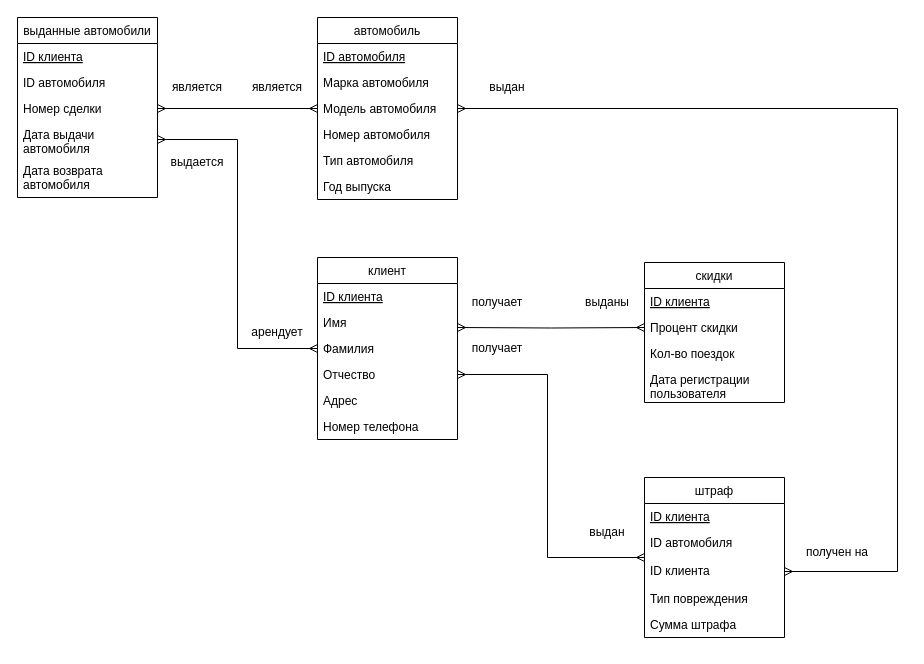
This is Labs/Lab02/ЛР02.drawio from Nariett/Databases-and-database-management-system, a draw.io file, before an edit. Source tidied: cells renumbered, new cells numbered last; positions are measured from the earlier drawing's top-left corner, leaving out a move shared by most shapes. Both pictures are drawn from the tidied source at 100%, with x=0, y=0 at pixel (17, 17).
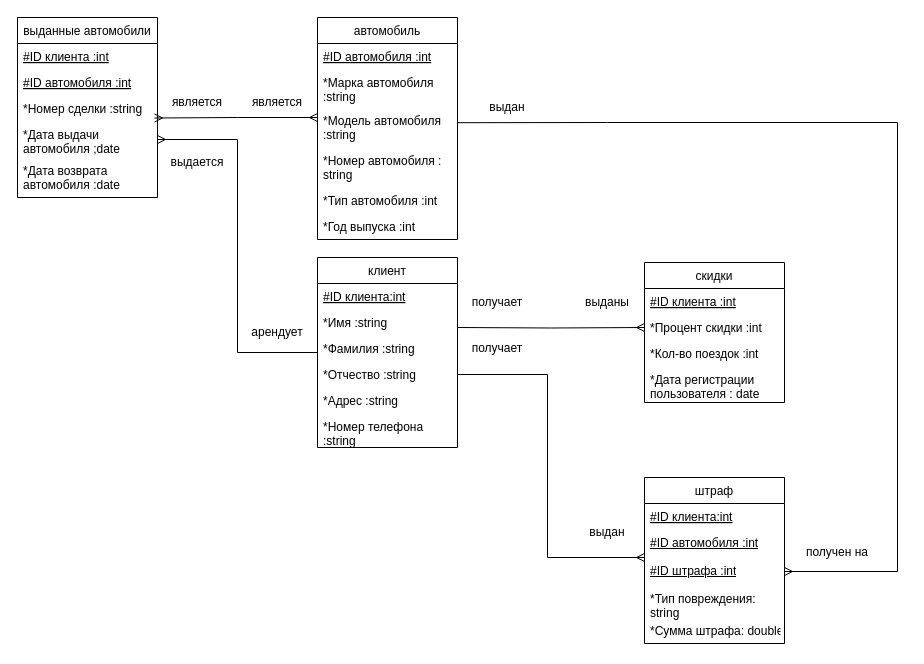
The same diagram, later.

The change refers to these unchanged cells:
```xml
<mxCell id="16" value="скидки" style="swimlane;fontStyle=0;horizontal=1;startSize=26;fillColor=none;" parent="1" vertex="1">
  <mxGeometry x="627" y="245" width="140" height="140" as="geometry" />
</mxCell>
<mxCell id="28" value="выданные автомобили" style="swimlane;fontStyle=0;horizontal=1;startSize=26;fillColor=none;" parent="1" vertex="1">
  <mxGeometry width="140" height="180" as="geometry" />
</mxCell>
```

The edit, as a diff of the source:
```diff
@@
     <mxCell id="2" value="автомобиль" style="swimlane;fontStyle=0;horizontal=1;startSize=26;fillColor=none;" parent="1" vertex="1">
-      <mxGeometry x="300" width="140" height="182" as="geometry" />
+      <mxGeometry x="300" width="140" height="222" as="geometry" />
     </mxCell>
-    <mxCell id="3" value="ID автомобиля " style="text;strokeColor=none;fillColor=none;align=left;verticalAlign=top;spacingLeft=4;spacingRight=4;overflow=hidden;fontStyle=4;" parent="2" vertex="1">
+    <mxCell id="3" value="#ID автомобиля :int " style="text;strokeColor=none;fillColor=none;align=left;verticalAlign=top;spacingLeft=4;spacingRight=4;overflow=hidden;fontStyle=4;" parent="2" vertex="1">
       <mxGeometry y="26" width="140" height="26" as="geometry" />
     </mxCell>
-    <mxCell id="4" value="Марка автомобиля" style="text;strokeColor=none;fillColor=none;align=left;verticalAlign=top;spacingLeft=4;spacingRight=4;overflow=hidden;" parent="2" vertex="1">
-      <mxGeometry y="52" width="140" height="26" as="geometry" />
+    <mxCell id="4" value="*Марка автомобиля :string" style="text;strokeColor=none;fillColor=none;align=left;verticalAlign=top;spacingLeft=4;spacingRight=4;overflow=hidden;whiteSpace=wrap;" parent="2" vertex="1">
+      <mxGeometry y="52" width="140" height="38" as="geometry" />
     </mxCell>
-    <mxCell id="5" value="Модель автомобиля " style="text;strokeColor=none;fillColor=none;align=left;verticalAlign=top;spacingLeft=4;spacingRight=4;overflow=hidden;points=[[0,0.5],[1,0.5]];portConstraint=eastwest;" parent="2" vertex="1">
-      <mxGeometry y="78" width="140" height="26" as="geometry" />
+    <mxCell id="5" value="*Модель автомобиля :string " style="text;strokeColor=none;fillColor=none;align=left;verticalAlign=top;spacingLeft=4;spacingRight=4;overflow=hidden;points=[[0,0.5],[1,0.5]];portConstraint=eastwest;whiteSpace=wrap;" parent="2" vertex="1">
+      <mxGeometry y="90" width="140" height="40" as="geometry" />
     </mxCell>
-    <mxCell id="6" value="Номер автомобиля" style="text;strokeColor=none;fillColor=none;align=left;verticalAlign=top;spacingLeft=4;spacingRight=4;overflow=hidden;" parent="2" vertex="1">
-      <mxGeometry y="104" width="140" height="26" as="geometry" />
+    <mxCell id="6" value="*Номер автомобиля : string " style="text;strokeColor=none;fillColor=none;align=left;verticalAlign=top;spacingLeft=4;spacingRight=4;overflow=hidden;whiteSpace=wrap;" parent="2" vertex="1">
+      <mxGeometry y="130" width="140" height="40" as="geometry" />
     </mxCell>
-    <mxCell id="7" value="Тип автомобиля" style="text;strokeColor=none;fillColor=none;align=left;verticalAlign=top;spacingLeft=4;spacingRight=4;overflow=hidden;" parent="2" vertex="1">
-      <mxGeometry y="130" width="140" height="26" as="geometry" />
+    <mxCell id="7" value="*Тип автомобиля :int" style="text;strokeColor=none;fillColor=none;align=left;verticalAlign=top;spacingLeft=4;spacingRight=4;overflow=hidden;" parent="2" vertex="1">
+      <mxGeometry y="170" width="140" height="26" as="geometry" />
     </mxCell>
-    <mxCell id="8" value="Год выпуска" style="text;strokeColor=none;fillColor=none;align=left;verticalAlign=top;spacingLeft=4;spacingRight=4;overflow=hidden;" parent="2" vertex="1">
-      <mxGeometry y="156" width="140" height="26" as="geometry" />
+    <mxCell id="8" value="*Год выпуска :int" style="text;strokeColor=none;fillColor=none;align=left;verticalAlign=top;spacingLeft=4;spacingRight=4;overflow=hidden;" parent="2" vertex="1">
+      <mxGeometry y="196" width="140" height="26" as="geometry" />
     </mxCell>
     <mxCell id="9" value="клиент" style="swimlane;fontStyle=0;horizontal=1;startSize=26;fillColor=none;" parent="1" vertex="1">
-      <mxGeometry x="300" y="240" width="140" height="182" as="geometry" />
+      <mxGeometry x="300" y="240" width="140" height="190" as="geometry" />
     </mxCell>
-    <mxCell id="10" value="ID клиента " style="text;strokeColor=none;fillColor=none;align=left;verticalAlign=top;spacingLeft=4;spacingRight=4;overflow=hidden;fontStyle=4;" parent="9" vertex="1">
+    <mxCell id="10" value="#ID клиента:int" style="text;strokeColor=none;fillColor=none;align=left;verticalAlign=top;spacingLeft=4;spacingRight=4;overflow=hidden;fontStyle=4;" parent="9" vertex="1">
       <mxGeometry y="26" width="140" height="26" as="geometry" />
     </mxCell>
-    <mxCell id="11" value="Имя" style="text;strokeColor=none;fillColor=none;align=left;verticalAlign=top;spacingLeft=4;spacingRight=4;overflow=hidden;" parent="9" vertex="1">
+    <mxCell id="11" value="*Имя :string" style="text;strokeColor=none;fillColor=none;align=left;verticalAlign=top;spacingLeft=4;spacingRight=4;overflow=hidden;" parent="9" vertex="1">
       <mxGeometry y="52" width="140" height="26" as="geometry" />
     </mxCell>
-    <mxCell id="12" value="Фамилия" style="text;strokeColor=none;fillColor=none;align=left;verticalAlign=top;spacingLeft=4;spacingRight=4;overflow=hidden;" parent="9" vertex="1">
+    <mxCell id="12" value="*Фамилия :string" style="text;strokeColor=none;fillColor=none;align=left;verticalAlign=top;spacingLeft=4;spacingRight=4;overflow=hidden;" parent="9" vertex="1">
       <mxGeometry y="78" width="140" height="26" as="geometry" />
     </mxCell>
-    <mxCell id="13" value="Отчество" style="text;strokeColor=none;fillColor=none;align=left;verticalAlign=top;spacingLeft=4;spacingRight=4;overflow=hidden;points=[[0,0.5],[1,0.5]];portConstraint=eastwest;" parent="9" vertex="1">
+    <mxCell id="13" value="*Отчество :string" style="text;strokeColor=none;fillColor=none;align=left;verticalAlign=top;spacingLeft=4;spacingRight=4;overflow=hidden;points=[[0,0.5],[1,0.5]];portConstraint=eastwest;" parent="9" vertex="1">
       <mxGeometry y="104" width="140" height="26" as="geometry" />
     </mxCell>
-    <mxCell id="14" value="Адрес" style="text;strokeColor=none;fillColor=none;align=left;verticalAlign=top;spacingLeft=4;spacingRight=4;overflow=hidden;" parent="9" vertex="1">
+    <mxCell id="14" value="*Адрес :string" style="text;strokeColor=none;fillColor=none;align=left;verticalAlign=top;spacingLeft=4;spacingRight=4;overflow=hidden;" parent="9" vertex="1">
       <mxGeometry y="130" width="140" height="26" as="geometry" />
     </mxCell>
-    <mxCell id="15" value="Номер телефона" style="text;strokeColor=none;fillColor=none;align=left;verticalAlign=top;spacingLeft=4;spacingRight=4;overflow=hidden;" parent="9" vertex="1">
-      <mxGeometry y="156" width="140" height="26" as="geometry" />
+    <mxCell id="15" value="*Номер телефона :string" style="text;strokeColor=none;fillColor=none;align=left;verticalAlign=top;spacingLeft=4;spacingRight=4;overflow=hidden;whiteSpace=wrap;" parent="9" vertex="1">
+      <mxGeometry y="156" width="140" height="34" as="geometry" />
     </mxCell>
@@
-    <mxCell id="17" value="ID клиента " style="text;strokeColor=none;fillColor=none;align=left;verticalAlign=top;spacingLeft=4;spacingRight=4;overflow=hidden;fontStyle=4;" parent="16" vertex="1">
+    <mxCell id="17" value="#ID клиента :int " style="text;strokeColor=none;fillColor=none;align=left;verticalAlign=top;spacingLeft=4;spacingRight=4;overflow=hidden;fontStyle=4;" parent="16" vertex="1">
       <mxGeometry y="26" width="140" height="26" as="geometry" />
     </mxCell>
-    <mxCell id="18" value="Процент скидки" style="text;strokeColor=none;fillColor=none;align=left;verticalAlign=top;spacingLeft=4;spacingRight=4;overflow=hidden;points=[[0,0.5],[1,0.5]];portConstraint=eastwest;" parent="16" vertex="1">
+    <mxCell id="18" value="*Процент скидки :int" style="text;strokeColor=none;fillColor=none;align=left;verticalAlign=top;spacingLeft=4;spacingRight=4;overflow=hidden;points=[[0,0.5],[1,0.5]];portConstraint=eastwest;" parent="16" vertex="1">
       <mxGeometry y="52" width="140" height="26" as="geometry" />
     </mxCell>
-    <mxCell id="19" value="Кол-во поездок" style="text;strokeColor=none;fillColor=none;align=left;verticalAlign=top;spacingLeft=4;spacingRight=4;overflow=hidden;" parent="16" vertex="1">
+    <mxCell id="19" value="*Кол-во поездок :int" style="text;strokeColor=none;fillColor=none;align=left;verticalAlign=top;spacingLeft=4;spacingRight=4;overflow=hidden;" parent="16" vertex="1">
       <mxGeometry y="78" width="140" height="26" as="geometry" />
     </mxCell>
-    <mxCell id="20" value="Дата регистрации пользователя" style="text;strokeColor=none;fillColor=none;align=left;verticalAlign=top;spacingLeft=4;spacingRight=4;overflow=hidden;whiteSpace=wrap;" parent="16" vertex="1">
+    <mxCell id="20" value="*Дата регистрации пользователя : date" style="text;strokeColor=none;fillColor=none;align=left;verticalAlign=top;spacingLeft=4;spacingRight=4;overflow=hidden;whiteSpace=wrap;" parent="16" vertex="1">
       <mxGeometry y="104" width="140" height="36" as="geometry" />
     </mxCell>
-    <mxCell id="21" style="edgeStyle=orthogonalEdgeStyle;rounded=0;jettySize=auto;html=1;entryX=1;entryY=0.5;entryDx=0;entryDy=0;startArrow=ERmany;startFill=0;endArrow=ERmany;endFill=0;" parent="1" edge="1" source="22" target="13">
+    <mxCell id="21" style="edgeStyle=orthogonalEdgeStyle;rounded=0;jettySize=auto;html=1;entryX=1;entryY=0.5;entryDx=0;entryDy=0;startArrow=ERmany;startFill=0;endArrow=none;endFill=0;" parent="1" edge="1" source="22" target="13">
       <mxGeometry relative="1" as="geometry">
         <Array as="points">
           <mxPoint x="530" y="540" />
           <mxPoint x="530" y="357" />
         </Array>
       </mxGeometry>
     </mxCell>
     <mxCell id="22" value="штраф" style="swimlane;fontStyle=0;horizontal=1;startSize=26;fillColor=none;" parent="1" vertex="1">
-      <mxGeometry x="627" y="460" width="140" height="160" as="geometry" />
+      <mxGeometry x="627" y="460" width="140" height="166" as="geometry" />
     </mxCell>
-    <mxCell id="23" value="ID клиента " style="text;strokeColor=none;fillColor=none;align=left;verticalAlign=top;spacingLeft=4;spacingRight=4;overflow=hidden;fontStyle=4;" parent="22" vertex="1">
+    <mxCell id="23" value="#ID клиента:int" style="text;strokeColor=none;fillColor=none;align=left;verticalAlign=top;spacingLeft=4;spacingRight=4;overflow=hidden;fontStyle=4;" parent="22" vertex="1">
       <mxGeometry y="26" width="140" height="26" as="geometry" />
     </mxCell>
-    <mxCell id="24" value="ID автомобиля" style="text;strokeColor=none;fillColor=none;align=left;verticalAlign=top;spacingLeft=4;spacingRight=4;overflow=hidden;whiteSpace=wrap;" parent="22" vertex="1">
+    <mxCell id="24" value="#ID автомобиля :int" style="text;strokeColor=none;fillColor=none;align=left;verticalAlign=top;spacingLeft=4;spacingRight=4;overflow=hidden;whiteSpace=wrap;fontStyle=4;" parent="22" vertex="1">
       <mxGeometry y="52" width="140" height="28" as="geometry" />
     </mxCell>
-    <mxCell id="25" value="ID клиента" style="text;strokeColor=none;fillColor=none;align=left;verticalAlign=top;spacingLeft=4;spacingRight=4;overflow=hidden;points=[[0,0.5],[1,0.5]];portConstraint=eastwest;whiteSpace=wrap;" parent="22" vertex="1">
+    <mxCell id="25" value="#ID штрафа :int" style="text;strokeColor=none;fillColor=none;align=left;verticalAlign=top;spacingLeft=4;spacingRight=4;overflow=hidden;points=[[0,0.5],[1,0.5]];portConstraint=eastwest;whiteSpace=wrap;fontStyle=4;" parent="22" vertex="1">
       <mxGeometry y="80" width="140" height="28" as="geometry" />
     </mxCell>
-    <mxCell id="26" value="Тип повреждения" style="text;strokeColor=none;fillColor=none;align=left;verticalAlign=top;spacingLeft=4;spacingRight=4;overflow=hidden;" parent="22" vertex="1">
-      <mxGeometry y="108" width="140" height="26" as="geometry" />
+    <mxCell id="26" value="*Тип повреждения: string" style="text;strokeColor=none;fillColor=none;align=left;verticalAlign=top;spacingLeft=4;spacingRight=4;overflow=hidden;whiteSpace=wrap;" parent="22" vertex="1">
+      <mxGeometry y="108" width="140" height="32" as="geometry" />
     </mxCell>
-    <mxCell id="27" value="Сумма штрафа" style="text;strokeColor=none;fillColor=none;align=left;verticalAlign=top;spacingLeft=4;spacingRight=4;overflow=hidden;" parent="22" vertex="1">
-      <mxGeometry y="134" width="140" height="26" as="geometry" />
+    <mxCell id="27" value="*Сумма штрафа: double" style="text;strokeColor=none;fillColor=none;align=left;verticalAlign=top;spacingLeft=4;spacingRight=4;overflow=hidden;" parent="22" vertex="1">
+      <mxGeometry y="140" width="140" height="26" as="geometry" />
     </mxCell>
@@
-    <mxCell id="29" value="ID клиента " style="text;strokeColor=none;fillColor=none;align=left;verticalAlign=top;spacingLeft=4;spacingRight=4;overflow=hidden;fontStyle=4;" parent="28" vertex="1">
+    <mxCell id="29" value="#ID клиента :int " style="text;strokeColor=none;fillColor=none;align=left;verticalAlign=top;spacingLeft=4;spacingRight=4;overflow=hidden;fontStyle=4;" parent="28" vertex="1">
       <mxGeometry y="26" width="140" height="26" as="geometry" />
     </mxCell>
-    <mxCell id="30" value="ID автомобиля" style="text;strokeColor=none;fillColor=none;align=left;verticalAlign=top;spacingLeft=4;spacingRight=4;overflow=hidden;" parent="28" vertex="1">
+    <mxCell id="30" value="#ID автомобиля :int" style="text;strokeColor=none;fillColor=none;align=left;verticalAlign=top;spacingLeft=4;spacingRight=4;overflow=hidden;fontStyle=4;" parent="28" vertex="1">
       <mxGeometry y="52" width="140" height="26" as="geometry" />
     </mxCell>
-    <mxCell id="31" value="Номер сделки" style="text;strokeColor=none;fillColor=none;align=left;verticalAlign=top;spacingLeft=4;spacingRight=4;overflow=hidden;points=[[0,0.5],[1,0.5]];portConstraint=eastwest;" parent="28" vertex="1">
+    <mxCell id="31" value="*Номер сделки :string" style="text;strokeColor=none;fillColor=none;align=left;verticalAlign=top;spacingLeft=4;spacingRight=4;overflow=hidden;points=[[0,0.5],[1,0.5]];portConstraint=eastwest;" parent="28" vertex="1">
       <mxGeometry y="78" width="140" height="26" as="geometry" />
     </mxCell>
-    <mxCell id="32" value="Дата выдачи автомобиля " style="text;strokeColor=none;fillColor=none;align=left;verticalAlign=top;spacingLeft=4;spacingRight=4;overflow=hidden;points=[[0,0.5],[1,0.5]];portConstraint=eastwest;whiteSpace=wrap;" parent="28" vertex="1">
+    <mxCell id="32" value="*Дата выдачи автомобиля ;date " style="text;strokeColor=none;fillColor=none;align=left;verticalAlign=top;spacingLeft=4;spacingRight=4;overflow=hidden;points=[[0,0.5],[1,0.5]];portConstraint=eastwest;whiteSpace=wrap;" parent="28" vertex="1">
       <mxGeometry y="104" width="140" height="36" as="geometry" />
     </mxCell>
-    <mxCell id="33" value="Дата возврата автомобиля " style="text;strokeColor=none;fillColor=none;align=left;verticalAlign=top;spacingLeft=4;spacingRight=4;overflow=hidden;whiteSpace=wrap;" parent="28" vertex="1">
+    <mxCell id="33" value="*Дата возврата автомобиля :date " style="text;strokeColor=none;fillColor=none;align=left;verticalAlign=top;spacingLeft=4;spacingRight=4;overflow=hidden;whiteSpace=wrap;" parent="28" vertex="1">
       <mxGeometry y="140" width="140" height="40" as="geometry" />
     </mxCell>
-    <mxCell id="34" style="edgeStyle=orthogonalEdgeStyle;rounded=0;jettySize=auto;html=1;entryX=1;entryY=0.5;entryDx=0;entryDy=0;startArrow=ERmany;startFill=0;endArrow=ERmany;endFill=0;" parent="1" edge="1" source="5" target="31">
-      <mxGeometry relative="1" as="geometry" />
+    <mxCell id="34" style="edgeStyle=orthogonalEdgeStyle;rounded=0;jettySize=auto;html=1;entryX=0.979;entryY=-0.097;entryDx=0;entryDy=0;startArrow=ERmany;startFill=0;endArrow=ERmany;endFill=0;entryPerimeter=0;" parent="1" edge="1" target="32">
+      <mxGeometry relative="1" as="geometry">
+        <mxPoint x="300" y="100" as="sourcePoint" />
+        <Array as="points">
+          <mxPoint x="220" y="100" />
+        </Array>
+      </mxGeometry>
     </mxCell>
-    <mxCell id="35" style="edgeStyle=orthogonalEdgeStyle;rounded=0;jettySize=auto;html=1;entryX=0;entryY=0.5;entryDx=0;entryDy=0;startArrow=ERmany;startFill=0;endArrow=ERmany;endFill=0;" parent="1" edge="1" source="32" target="9">
+    <mxCell id="35" style="edgeStyle=orthogonalEdgeStyle;rounded=0;jettySize=auto;html=1;entryX=0;entryY=0.5;entryDx=0;entryDy=0;startArrow=ERmany;startFill=0;endArrow=none;endFill=0;" parent="1" edge="1" source="32" target="9">
       <mxGeometry relative="1" as="geometry" />
     </mxCell>
@@
     <mxCell id="38" value="является" style="text;html=1;strokeColor=none;fillColor=none;align=center;verticalAlign=middle;whiteSpace=wrap;rounded=0;" parent="1" vertex="1">
-      <mxGeometry x="230" y="55" width="60" height="30" as="geometry" />
+      <mxGeometry x="230" y="70" width="60" height="30" as="geometry" />
     </mxCell>
     <mxCell id="39" value="является" style="text;html=1;strokeColor=none;fillColor=none;align=center;verticalAlign=middle;whiteSpace=wrap;rounded=0;" parent="1" vertex="1">
-      <mxGeometry x="150" y="55" width="60" height="30" as="geometry" />
+      <mxGeometry x="150" y="70" width="60" height="30" as="geometry" />
     </mxCell>
-    <mxCell id="40" style="edgeStyle=orthogonalEdgeStyle;rounded=0;jettySize=auto;html=1;entryX=0;entryY=0.5;entryDx=0;entryDy=0;startArrow=ERmany;startFill=0;endArrow=ERmany;endFill=0;" parent="1" edge="1" target="18">
+    <mxCell id="40" style="edgeStyle=orthogonalEdgeStyle;rounded=0;jettySize=auto;html=1;entryX=0;entryY=0.5;entryDx=0;entryDy=0;startArrow=none;startFill=0;endArrow=ERmany;endFill=0;" parent="1" edge="1" target="18">
       <mxGeometry relative="1" as="geometry">
         <mxPoint x="440" y="310" as="sourcePoint" />
       </mxGeometry>
     </mxCell>
@@
-    <mxCell id="45" style="edgeStyle=orthogonalEdgeStyle;rounded=0;jettySize=auto;html=1;exitX=1;exitY=0.5;exitDx=0;exitDy=0;entryX=1;entryY=0.5;entryDx=0;entryDy=0;startArrow=ERmany;startFill=0;endArrow=ERmany;endFill=0;" parent="1" edge="1" source="25" target="5">
+    <mxCell id="45" style="edgeStyle=orthogonalEdgeStyle;rounded=0;jettySize=auto;html=1;exitX=1;exitY=0.5;exitDx=0;exitDy=0;startArrow=ERmany;startFill=0;endArrow=none;endFill=0;entryX=1.002;entryY=0.38;entryDx=0;entryDy=0;entryPerimeter=0;" parent="1" edge="1" source="25" target="5">
       <mxGeometry relative="1" as="geometry">
         <Array as="points">
           <mxPoint x="880" y="554" />
-          <mxPoint x="880" y="91" />
+          <mxPoint x="880" y="105" />
+          <mxPoint x="590" y="105" />
         </Array>
       </mxGeometry>
     </mxCell>
     <mxCell id="46" value="выдан" style="text;html=1;strokeColor=none;fillColor=none;align=center;verticalAlign=middle;whiteSpace=wrap;rounded=0;" parent="1" vertex="1">
-      <mxGeometry x="460" y="55" width="60" height="30" as="geometry" />
+      <mxGeometry x="460" y="75" width="60" height="30" as="geometry" />
     </mxCell>
```
